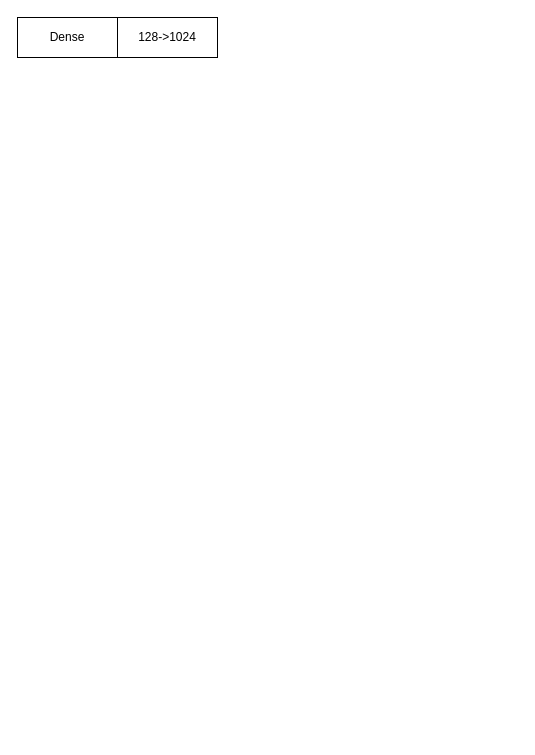
Before: Report/draw/bilstm.drawio in VongolaTeong/Multi-label-Classification-on-YouTube-8M, a draw.io diagram. Source tidied: cells renumbered, new cells numbered last; positions are measured from the earlier drawing's top-left corner, leaving out a move shared by most shapes. Both pictures are drawn from the tidied source at 100%, with x=0, y=0 at pixel (17, 17).
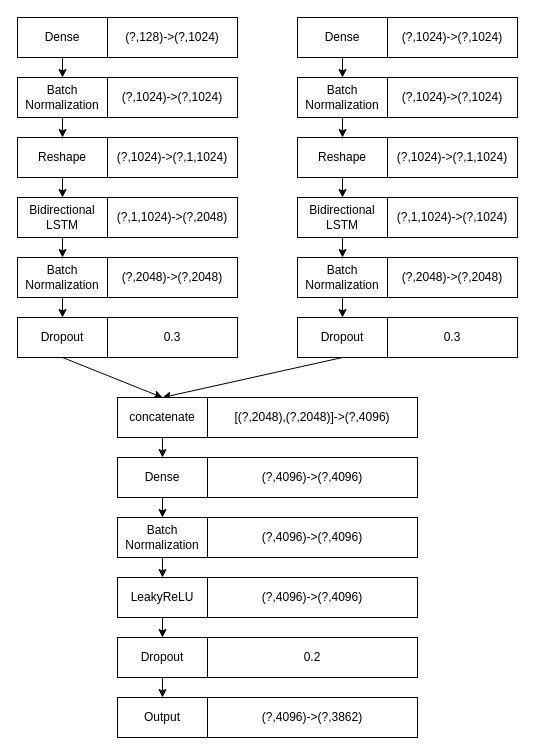
The same diagram, later.

Change to the diagram source:
```diff
@@
+    <mxCell id="4" style="edgeStyle=orthogonalEdgeStyle;rounded=0;jettySize=auto;html=1;exitX=0.5;exitY=1;exitDx=0;exitDy=0;entryX=0.5;entryY=0;entryDx=0;entryDy=0;" parent="1" edge="1" source="2" target="6">
+      <mxGeometry relative="1" as="geometry" />
+    </mxCell>
     <mxCell id="2" value="Dense" style="rounded=0;whiteSpace=wrap;html=1;" parent="1" vertex="1">
-      <mxGeometry width="100" height="40" as="geometry" />
+      <mxGeometry width="90" height="40" as="geometry" />
     </mxCell>
-    <mxCell id="3" value="128-&amp;gt;1024" style="rounded=0;whiteSpace=wrap;html=1;" parent="1" vertex="1">
-      <mxGeometry x="100" width="100" height="40" as="geometry" />
+    <mxCell id="3" value="(?,128)-&amp;gt;(?,1024)" style="rounded=0;whiteSpace=wrap;html=1;" parent="1" vertex="1">
+      <mxGeometry x="90" width="130" height="40" as="geometry" />
     </mxCell>
+    <mxCell id="5" style="edgeStyle=orthogonalEdgeStyle;rounded=0;jettySize=auto;html=1;exitX=0.5;exitY=1;exitDx=0;exitDy=0;entryX=0.5;entryY=0;entryDx=0;entryDy=0;" parent="1" edge="1" source="6" target="9">
+      <mxGeometry relative="1" as="geometry" />
+    </mxCell>
+    <mxCell id="6" value="Batch&lt;br&gt;Normalization" style="rounded=0;whiteSpace=wrap;html=1;" parent="1" vertex="1">
+      <mxGeometry y="60" width="90" height="40" as="geometry" />
+    </mxCell>
+    <mxCell id="7" value="(?,1024)-&amp;gt;(?,1024)" style="rounded=0;whiteSpace=wrap;html=1;" parent="1" vertex="1">
+      <mxGeometry x="90" y="60" width="130" height="40" as="geometry" />
+    </mxCell>
+    <mxCell id="8" style="edgeStyle=orthogonalEdgeStyle;rounded=0;jettySize=auto;html=1;exitX=0.5;exitY=1;exitDx=0;exitDy=0;entryX=0.5;entryY=0;entryDx=0;entryDy=0;" parent="1" edge="1" source="9" target="12">
+      <mxGeometry relative="1" as="geometry" />
+    </mxCell>
+    <mxCell id="9" value="Reshape" style="rounded=0;whiteSpace=wrap;html=1;" parent="1" vertex="1">
+      <mxGeometry y="120" width="90" height="40" as="geometry" />
+    </mxCell>
+    <mxCell id="10" value="(?,1024)-&amp;gt;(?,1,1024)" style="rounded=0;whiteSpace=wrap;html=1;" parent="1" vertex="1">
+      <mxGeometry x="90" y="120" width="130" height="40" as="geometry" />
+    </mxCell>
+    <mxCell id="11" style="edgeStyle=orthogonalEdgeStyle;rounded=0;jettySize=auto;html=1;exitX=0.5;exitY=1;exitDx=0;exitDy=0;entryX=0.5;entryY=0;entryDx=0;entryDy=0;" parent="1" edge="1" source="12" target="15">
+      <mxGeometry relative="1" as="geometry" />
+    </mxCell>
+    <mxCell id="12" value="Bidirectional&lt;br&gt;LSTM" style="rounded=0;whiteSpace=wrap;html=1;" parent="1" vertex="1">
+      <mxGeometry y="180" width="90" height="40" as="geometry" />
+    </mxCell>
+    <mxCell id="13" value="(?,1,1024)-&amp;gt;(?,2048)" style="rounded=0;whiteSpace=wrap;html=1;" parent="1" vertex="1">
+      <mxGeometry x="90" y="180" width="130" height="40" as="geometry" />
+    </mxCell>
+    <mxCell id="14" style="edgeStyle=orthogonalEdgeStyle;rounded=0;jettySize=auto;html=1;exitX=0.5;exitY=1;exitDx=0;exitDy=0;entryX=0.5;entryY=0;entryDx=0;entryDy=0;" parent="1" edge="1" source="15" target="18">
+      <mxGeometry relative="1" as="geometry" />
+    </mxCell>
+    <mxCell id="15" value="Batch&lt;br&gt;Normalization" style="rounded=0;whiteSpace=wrap;html=1;" parent="1" vertex="1">
+      <mxGeometry y="240" width="90" height="40" as="geometry" />
+    </mxCell>
+    <mxCell id="16" value="(?,2048)-&amp;gt;(?,2048)" style="rounded=0;whiteSpace=wrap;html=1;" parent="1" vertex="1">
+      <mxGeometry x="90" y="240" width="130" height="40" as="geometry" />
+    </mxCell>
+    <mxCell id="17" style="rounded=0;jettySize=auto;html=1;exitX=0.5;exitY=1;exitDx=0;exitDy=0;entryX=0.5;entryY=0;entryDx=0;entryDy=0;" parent="1" edge="1" source="18" target="39">
+      <mxGeometry relative="1" as="geometry" />
+    </mxCell>
+    <mxCell id="18" value="Dropout" style="rounded=0;whiteSpace=wrap;html=1;" parent="1" vertex="1">
+      <mxGeometry y="300" width="90" height="40" as="geometry" />
+    </mxCell>
+    <mxCell id="19" value="0.3" style="rounded=0;whiteSpace=wrap;html=1;" parent="1" vertex="1">
+      <mxGeometry x="90" y="300" width="130" height="40" as="geometry" />
+    </mxCell>
+    <mxCell id="20" style="edgeStyle=orthogonalEdgeStyle;rounded=0;jettySize=auto;html=1;exitX=0.5;exitY=1;exitDx=0;exitDy=0;entryX=0.5;entryY=0;entryDx=0;entryDy=0;" parent="1" edge="1" source="21" target="24">
+      <mxGeometry relative="1" as="geometry" />
+    </mxCell>
+    <mxCell id="21" value="Dense" style="rounded=0;whiteSpace=wrap;html=1;" parent="1" vertex="1">
+      <mxGeometry x="280" width="90" height="40" as="geometry" />
+    </mxCell>
+    <mxCell id="22" value="(?,1024)-&amp;gt;(?,1024)" style="rounded=0;whiteSpace=wrap;html=1;" parent="1" vertex="1">
+      <mxGeometry x="370" width="130" height="40" as="geometry" />
+    </mxCell>
+    <mxCell id="23" style="edgeStyle=orthogonalEdgeStyle;rounded=0;jettySize=auto;html=1;exitX=0.5;exitY=1;exitDx=0;exitDy=0;entryX=0.5;entryY=0;entryDx=0;entryDy=0;" parent="1" edge="1" source="24" target="27">
+      <mxGeometry relative="1" as="geometry" />
+    </mxCell>
+    <mxCell id="24" value="Batch&lt;br&gt;Normalization" style="rounded=0;whiteSpace=wrap;html=1;" parent="1" vertex="1">
+      <mxGeometry x="280" y="60" width="90" height="40" as="geometry" />
+    </mxCell>
+    <mxCell id="25" value="(?,1024)-&amp;gt;(?,1024)" style="rounded=0;whiteSpace=wrap;html=1;" parent="1" vertex="1">
+      <mxGeometry x="370" y="60" width="130" height="40" as="geometry" />
+    </mxCell>
+    <mxCell id="26" style="edgeStyle=orthogonalEdgeStyle;rounded=0;jettySize=auto;html=1;exitX=0.5;exitY=1;exitDx=0;exitDy=0;entryX=0.5;entryY=0;entryDx=0;entryDy=0;" parent="1" edge="1" source="27" target="30">
+      <mxGeometry relative="1" as="geometry" />
+    </mxCell>
+    <mxCell id="27" value="Reshape" style="rounded=0;whiteSpace=wrap;html=1;" parent="1" vertex="1">
+      <mxGeometry x="280" y="120" width="90" height="40" as="geometry" />
+    </mxCell>
+    <mxCell id="28" value="(?,1024)-&amp;gt;(?,1,1024)" style="rounded=0;whiteSpace=wrap;html=1;" parent="1" vertex="1">
+      <mxGeometry x="370" y="120" width="130" height="40" as="geometry" />
+    </mxCell>
+    <mxCell id="29" style="edgeStyle=orthogonalEdgeStyle;rounded=0;jettySize=auto;html=1;exitX=0.5;exitY=1;exitDx=0;exitDy=0;entryX=0.5;entryY=0;entryDx=0;entryDy=0;" parent="1" edge="1" source="30" target="33">
+      <mxGeometry relative="1" as="geometry" />
+    </mxCell>
+    <mxCell id="30" value="Bidirectional&lt;br&gt;LSTM" style="rounded=0;whiteSpace=wrap;html=1;" parent="1" vertex="1">
+      <mxGeometry x="280" y="180" width="90" height="40" as="geometry" />
+    </mxCell>
+    <mxCell id="31" value="(?,1,1024)-&amp;gt;(?,1024)" style="rounded=0;whiteSpace=wrap;html=1;" parent="1" vertex="1">
+      <mxGeometry x="370" y="180" width="130" height="40" as="geometry" />
+    </mxCell>
+    <mxCell id="32" style="edgeStyle=orthogonalEdgeStyle;rounded=0;jettySize=auto;html=1;exitX=0.5;exitY=1;exitDx=0;exitDy=0;entryX=0.5;entryY=0;entryDx=0;entryDy=0;" parent="1" edge="1" source="33" target="35">
+      <mxGeometry relative="1" as="geometry" />
+    </mxCell>
+    <mxCell id="33" value="Batch&lt;br&gt;Normalization" style="rounded=0;whiteSpace=wrap;html=1;" parent="1" vertex="1">
+      <mxGeometry x="280" y="240" width="90" height="40" as="geometry" />
+    </mxCell>
+    <mxCell id="34" style="edgeStyle=none;rounded=0;jettySize=auto;html=1;exitX=0.5;exitY=1;exitDx=0;exitDy=0;entryX=0.5;entryY=0;entryDx=0;entryDy=0;" parent="1" edge="1" source="35" target="39">
+      <mxGeometry relative="1" as="geometry" />
+    </mxCell>
+    <mxCell id="35" value="Dropout" style="rounded=0;whiteSpace=wrap;html=1;" parent="1" vertex="1">
+      <mxGeometry x="280" y="300" width="90" height="40" as="geometry" />
+    </mxCell>
+    <mxCell id="36" value="0.3" style="rounded=0;whiteSpace=wrap;html=1;" parent="1" vertex="1">
+      <mxGeometry x="370" y="300" width="130" height="40" as="geometry" />
+    </mxCell>
+    <mxCell id="37" value="(?,2048)-&amp;gt;(?,2048)" style="rounded=0;whiteSpace=wrap;html=1;" parent="1" vertex="1">
+      <mxGeometry x="370" y="240" width="130" height="40" as="geometry" />
+    </mxCell>
+    <mxCell id="38" style="edgeStyle=none;rounded=0;jettySize=auto;html=1;exitX=0.5;exitY=1;exitDx=0;exitDy=0;entryX=0.5;entryY=0;entryDx=0;entryDy=0;" parent="1" edge="1" source="39" target="42">
+      <mxGeometry relative="1" as="geometry" />
+    </mxCell>
+    <mxCell id="39" value="concatenate" style="rounded=0;whiteSpace=wrap;html=1;" parent="1" vertex="1">
+      <mxGeometry x="100" y="380" width="90" height="40" as="geometry" />
+    </mxCell>
+    <mxCell id="40" value="[(?,2048),(?,2048)]-&amp;gt;(?,4096)" style="rounded=0;whiteSpace=wrap;html=1;" parent="1" vertex="1">
+      <mxGeometry x="190" y="380" width="210" height="40" as="geometry" />
+    </mxCell>
+    <mxCell id="41" style="edgeStyle=none;rounded=0;jettySize=auto;html=1;exitX=0.5;exitY=1;exitDx=0;exitDy=0;entryX=0.5;entryY=0;entryDx=0;entryDy=0;" parent="1" edge="1" source="42" target="45">
+      <mxGeometry relative="1" as="geometry" />
+    </mxCell>
+    <mxCell id="42" value="Dense" style="rounded=0;whiteSpace=wrap;html=1;" parent="1" vertex="1">
+      <mxGeometry x="100" y="440" width="90" height="40" as="geometry" />
+    </mxCell>
+    <mxCell id="43" value="(?,4096)-&amp;gt;(?,4096)" style="rounded=0;whiteSpace=wrap;html=1;" parent="1" vertex="1">
+      <mxGeometry x="190" y="440" width="210" height="40" as="geometry" />
+    </mxCell>
+    <mxCell id="44" style="edgeStyle=none;rounded=0;jettySize=auto;html=1;exitX=0.5;exitY=1;exitDx=0;exitDy=0;entryX=0.5;entryY=0;entryDx=0;entryDy=0;" parent="1" edge="1" source="45" target="48">
+      <mxGeometry relative="1" as="geometry" />
+    </mxCell>
+    <mxCell id="45" value="Batch&lt;br&gt;Normalization" style="rounded=0;whiteSpace=wrap;html=1;" parent="1" vertex="1">
+      <mxGeometry x="100" y="500" width="90" height="40" as="geometry" />
+    </mxCell>
+    <mxCell id="46" value="(?,4096)-&amp;gt;(?,4096)" style="rounded=0;whiteSpace=wrap;html=1;" parent="1" vertex="1">
+      <mxGeometry x="190" y="500" width="210" height="40" as="geometry" />
+    </mxCell>
+    <mxCell id="47" style="edgeStyle=none;rounded=0;jettySize=auto;html=1;exitX=0.5;exitY=1;exitDx=0;exitDy=0;entryX=0.5;entryY=0;entryDx=0;entryDy=0;" parent="1" edge="1" source="48" target="51">
+      <mxGeometry relative="1" as="geometry" />
+    </mxCell>
+    <mxCell id="48" value="LeakyReLU" style="rounded=0;whiteSpace=wrap;html=1;" parent="1" vertex="1">
+      <mxGeometry x="100" y="560" width="90" height="40" as="geometry" />
+    </mxCell>
+    <mxCell id="49" value="(?,4096)-&amp;gt;(?,4096)" style="rounded=0;whiteSpace=wrap;html=1;" parent="1" vertex="1">
+      <mxGeometry x="190" y="560" width="210" height="40" as="geometry" />
+    </mxCell>
+    <mxCell id="50" style="edgeStyle=none;rounded=0;jettySize=auto;html=1;exitX=0.5;exitY=1;exitDx=0;exitDy=0;entryX=0.5;entryY=0;entryDx=0;entryDy=0;" parent="1" edge="1" source="51" target="53">
+      <mxGeometry relative="1" as="geometry" />
+    </mxCell>
+    <mxCell id="51" value="Dropout" style="rounded=0;whiteSpace=wrap;html=1;" parent="1" vertex="1">
+      <mxGeometry x="100" y="620" width="90" height="40" as="geometry" />
+    </mxCell>
+    <mxCell id="52" value="0.2" style="rounded=0;whiteSpace=wrap;html=1;" parent="1" vertex="1">
+      <mxGeometry x="190" y="620" width="210" height="40" as="geometry" />
+    </mxCell>
+    <mxCell id="53" value="Output" style="rounded=0;whiteSpace=wrap;html=1;" parent="1" vertex="1">
+      <mxGeometry x="100" y="680" width="90" height="40" as="geometry" />
+    </mxCell>
+    <mxCell id="54" value="(?,4096)-&amp;gt;(?,3862)" style="rounded=0;whiteSpace=wrap;html=1;" parent="1" vertex="1">
+      <mxGeometry x="190" y="680" width="210" height="40" as="geometry" />
+    </mxCell>
```
